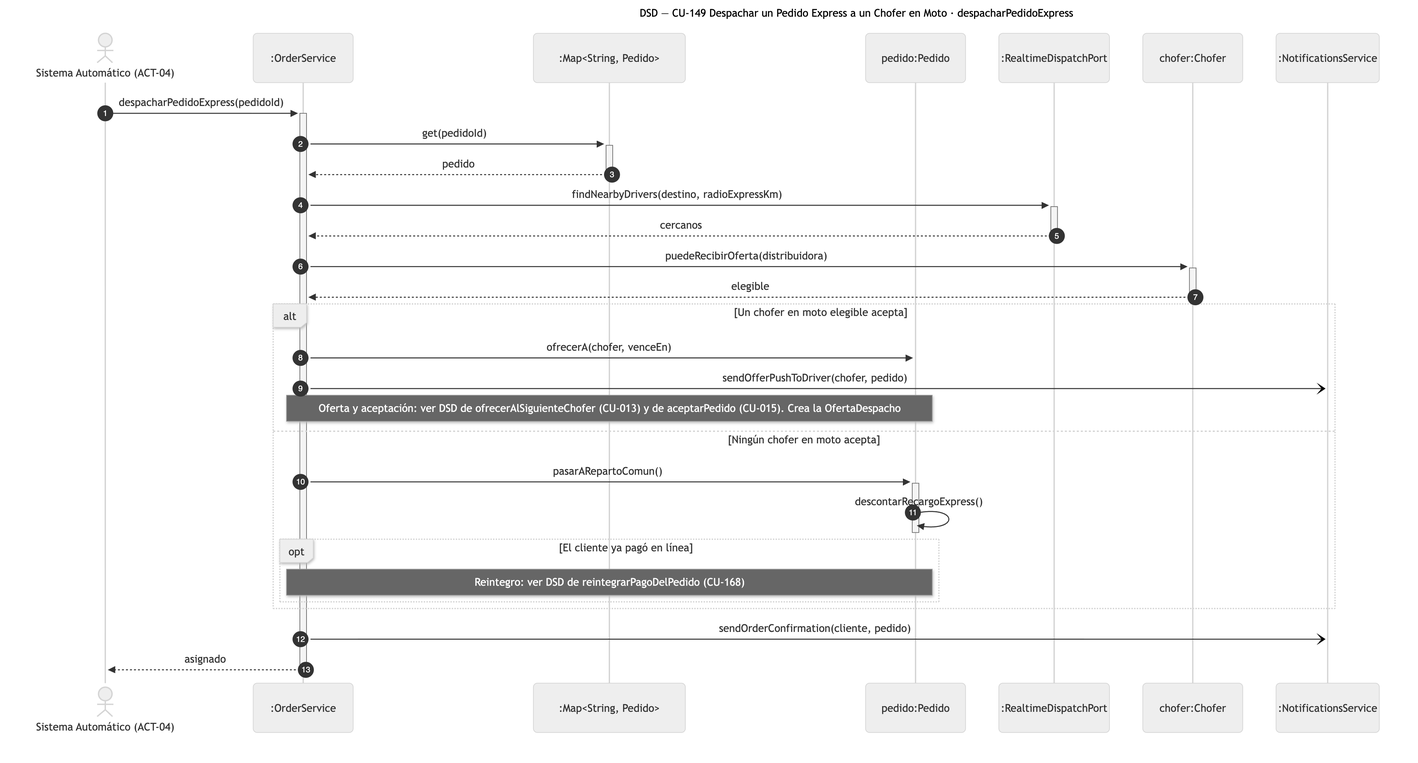
Before: diagramas/png/DSD_CU-149_despacharPedidoExpress.png, a diagram exported from Mermaid (Nahuelito-Dev/splg-docs). Its source is kept beside it as diagramas/DSD_CU-149_despacharPedidoExpress.mmd.
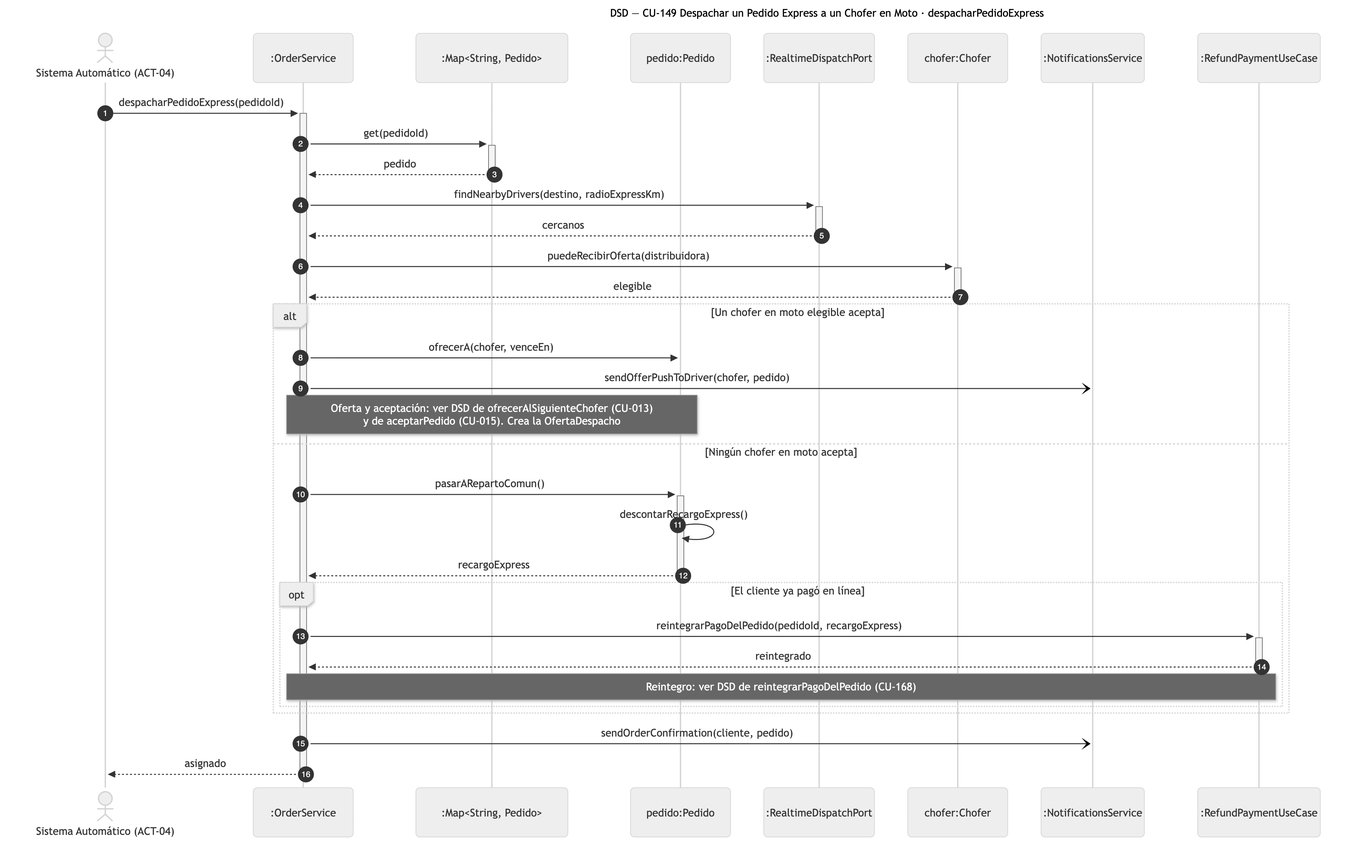
The same diagram one commit later.

Change to the diagram source:
```diff
@@ -8,6 +8,7 @@
     participant RT as :RealtimeDispatchPort
     participant CHO as chofer:Chofer
     participant NOT as :NotificationsService
+    participant REF as :RefundPaymentUseCase
 
     SIS->>+SRV: despacharPedidoExpress(pedidoId)
     SRV->>+PEDS: get(pedidoId)
@@ -19,13 +20,15 @@
     alt Un chofer en moto elegible acepta
         SRV->>PED: ofrecerA(chofer, venceEn)
         SRV-)NOT: sendOfferPushToDriver(chofer, pedido)
-        Note over SRV,PED: Oferta y aceptación: ver DSD de ofrecerAlSiguienteChofer (CU-013) y de aceptarPedido (CU-015). Crea la OfertaDespacho
+        Note over SRV,PED: Oferta y aceptación: ver DSD de ofrecerAlSiguienteChofer (CU-013)<br/>y de aceptarPedido (CU-015). Crea la OfertaDespacho
     else Ningún chofer en moto acepta
         SRV->>+PED: pasarARepartoComun()
         PED->>PED: descontarRecargoExpress()
-        deactivate PED
+        PED-->>-SRV: recargoExpress
         opt El cliente ya pagó en línea
-            Note over SRV,PED: Reintegro: ver DSD de reintegrarPagoDelPedido (CU-168)
+            SRV->>+REF: reintegrarPagoDelPedido(pedidoId, recargoExpress)
+            REF-->>-SRV: reintegrado
+            Note over SRV,REF: Reintegro: ver DSD de reintegrarPagoDelPedido (CU-168)
         end
     end
     SRV-)NOT: sendOrderConfirmation(cliente, pedido)
```
